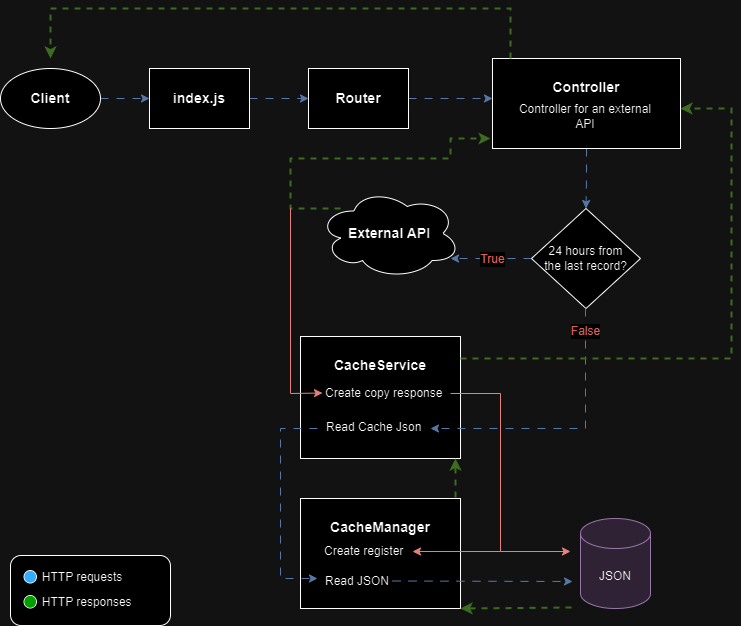
Above: src/public/assets/CACHE.drawio.png in mvazquezmartin/portfolio_vsc (draw.io), before the change. Source tidied: cells renumbered, new cells last; positions are measured from the earlier drawing's top-left corner, leaving out a move shared by most shapes.
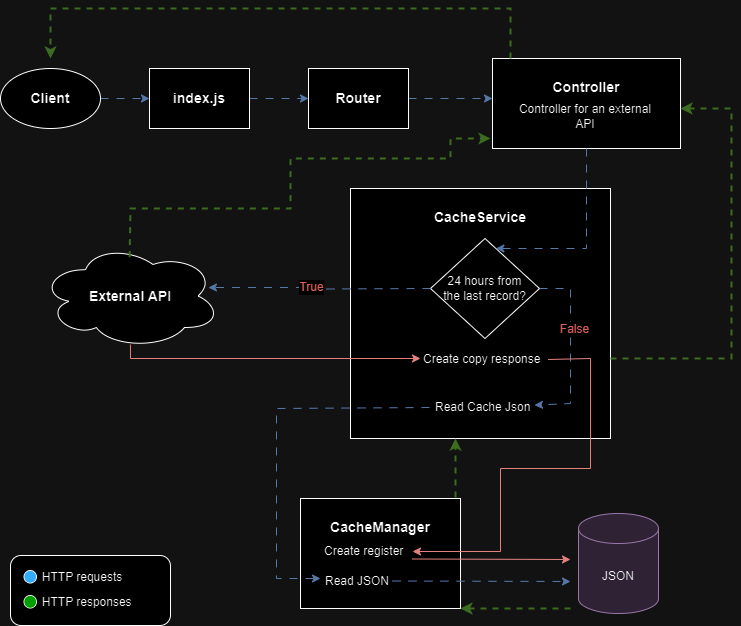
After the commit.

Commit message:
refactor: new img Cache drawio

The edit, as a diff of the source:
```diff
@@ -25,89 +25,76 @@
     <mxCell id="7" value="&lt;h3&gt;Router&lt;/h3&gt;" style="whiteSpace=wrap;html=1;" parent="1" vertex="1">
       <mxGeometry x="308" y="60" width="100" height="60" as="geometry" />
     </mxCell>
-    <mxCell id="8" style="edgeStyle=orthogonalEdgeStyle;rounded=0;jettySize=auto;html=1;fillColor=#dae8fc;strokeColor=#6c8ebf;dashed=1;dashPattern=8 8;" parent="1" edge="1" source="9" target="13">
-      <mxGeometry relative="1" as="geometry" />
-    </mxCell>
     <mxCell id="9" value="&lt;h3&gt;Controller&lt;/h3&gt;" style="whiteSpace=wrap;html=1;verticalAlign=top;" parent="1" vertex="1">
       <mxGeometry x="492" y="50" width="188" height="90" as="geometry" />
     </mxCell>
     <mxCell id="10" value="Controller for an external API" style="text;html=1;strokeColor=none;fillColor=none;align=center;verticalAlign=middle;whiteSpace=wrap;rounded=0;" parent="1" vertex="1">
       <mxGeometry x="510" y="93" width="150" height="30" as="geometry" />
     </mxCell>
-    <mxCell id="11" style="edgeStyle=orthogonalEdgeStyle;rounded=0;jettySize=auto;html=1;fillColor=#dae8fc;strokeColor=#6c8ebf;dashed=1;dashPattern=8 8;entryX=0.93;entryY=0.778;entryDx=0;entryDy=0;entryPerimeter=0;" parent="1" edge="1" source="13" target="14">
-      <mxGeometry relative="1" as="geometry" />
-    </mxCell>
-    <mxCell id="12" value="&lt;font color=&quot;#ea6b66&quot; style=&quot;font-size: 12px;&quot;&gt;True&lt;/font&gt;" style="edgeLabel;html=1;align=center;verticalAlign=middle;fontSize=12;" parent="11" vertex="1">
-      <mxGeometry x="-0.01" y="2" relative="1" as="geometry">
-        <mxPoint y="-2" as="offset" />
-      </mxGeometry>
-    </mxCell>
-    <mxCell id="13" value="24 hours from &lt;br&gt;the last record?" style="rhombus;whiteSpace=wrap;html=1;verticalAlign=middle;" parent="1" vertex="1">
-      <mxGeometry x="531" y="200" width="109" height="100" as="geometry" />
-    </mxCell>
     <mxCell id="14" value="&lt;h3&gt;External API&lt;/h3&gt;" style="ellipse;shape=cloud;whiteSpace=wrap;html=1;" parent="1" vertex="1">
-      <mxGeometry x="318" y="180" width="142" height="90" as="geometry" />
+      <mxGeometry x="40" y="235" width="180" height="105" as="geometry" />
     </mxCell>
+    <mxCell id="16" style="endArrow=classic;html=1;rounded=0;dashed=1;fillColor=#d5e8d4;strokeColor=#82b366;strokeWidth=2;exitX=0.495;exitY=0.13;exitDx=0;exitDy=0;exitPerimeter=0;" parent="1" edge="1" source="14">
+      <mxGeometry relative="1" as="geometry">
+        <mxPoint x="490" y="130" as="targetPoint" />
+        <Array as="points">
+          <mxPoint x="130" y="200" />
+          <mxPoint x="290" y="200" />
+          <mxPoint x="290" y="150" />
+          <mxPoint x="450" y="150" />
+          <mxPoint x="450" y="130" />
+        </Array>
+      </mxGeometry>
+    </mxCell>
     <mxCell id="15" value="&lt;h3&gt;CacheService&lt;/h3&gt;" style="whiteSpace=wrap;html=1;verticalAlign=top;" parent="1" vertex="1">
-      <mxGeometry x="300" y="328" width="160" height="122" as="geometry" />
+      <mxGeometry x="350" y="180" width="260" height="250" as="geometry" />
     </mxCell>
-    <mxCell id="16" style="endArrow=classic;html=1;rounded=0;dashed=1;fillColor=#d5e8d4;strokeColor=#82b366;strokeWidth=2;exitX=0.155;exitY=0.222;exitDx=0;exitDy=0;exitPerimeter=0;" parent="1" edge="1" source="14">
-      <mxGeometry relative="1" as="geometry">
-        <mxPoint x="490" y="130" as="targetPoint" />
-        <Array as="points">
-          <mxPoint x="290" y="200" />
-          <mxPoint x="290" y="150" />
-          <mxPoint x="450" y="150" />
-          <mxPoint x="450" y="130" />
-        </Array>
-      </mxGeometry>
-    </mxCell>
     <mxCell id="17" value="Create copy response" style="text;html=1;strokeColor=none;fillColor=none;align=left;verticalAlign=middle;whiteSpace=wrap;rounded=0;" parent="1" vertex="1">
-      <mxGeometry x="323" y="370" width="127" height="30" as="geometry" />
+      <mxGeometry x="420.5" y="336" width="127" height="30" as="geometry" />
     </mxCell>
     <mxCell id="18" value="&lt;h3&gt;CacheManager&lt;/h3&gt;" style="whiteSpace=wrap;html=1;verticalAlign=top;" parent="1" vertex="1">
       <mxGeometry x="300" y="490" width="160" height="110" as="geometry" />
     </mxCell>
     <mxCell id="19" value="JSON" style="shape=cylinder3;whiteSpace=wrap;html=1;boundedLbl=1;backgroundOutline=1;size=15;fillColor=#e1d5e7;strokeColor=#9673a6;" parent="1" vertex="1">
-      <mxGeometry x="580" y="510" width="70" height="90" as="geometry" />
+      <mxGeometry x="578" y="505" width="80" height="100" as="geometry" />
     </mxCell>
     <mxCell id="20" value="Create register" style="text;html=1;strokeColor=none;fillColor=none;align=left;verticalAlign=middle;whiteSpace=wrap;rounded=0;" parent="1" vertex="1">
       <mxGeometry x="322" y="528" width="90" height="30" as="geometry" />
     </mxCell>
     <mxCell id="21" value="Read Cache Json" style="text;html=1;strokeColor=none;fillColor=none;align=left;verticalAlign=middle;whiteSpace=wrap;rounded=0;" parent="1" vertex="1">
-      <mxGeometry x="324" y="404" width="120" height="30" as="geometry" />
+      <mxGeometry x="433" y="384" width="101" height="30" as="geometry" />
     </mxCell>
     <mxCell id="22" value="Read JSON" style="text;html=1;strokeColor=none;fillColor=none;align=left;verticalAlign=middle;whiteSpace=wrap;rounded=0;" parent="1" vertex="1">
       <mxGeometry x="323" y="558" width="90" height="30" as="geometry" />
     </mxCell>
-    <mxCell id="23" style="endArrow=classic;html=1;rounded=0;fillColor=#dae8fc;strokeColor=#6c8ebf;dashed=1;dashPattern=8 8;" parent="1" edge="1">
+    <mxCell id="23" style="endArrow=classic;html=1;rounded=0;fillColor=#dae8fc;strokeColor=#6c8ebf;dashed=1;dashPattern=8 8;" parent="1" edge="1" source="13" target="21">
       <mxGeometry relative="1" as="geometry">
-        <mxPoint x="585" y="300" as="sourcePoint" />
-        <mxPoint x="430" y="420" as="targetPoint" />
         <Array as="points">
-          <mxPoint x="585" y="420" />
+          <mxPoint x="570" y="280" />
+          <mxPoint x="570" y="395" />
         </Array>
       </mxGeometry>
     </mxCell>
     <mxCell id="24" value="False" style="edgeLabel;html=1;align=center;verticalAlign=middle;fontSize=12;fontColor=#EA6B66;" parent="23" vertex="1">
       <mxGeometry x="-0.69" y="2" relative="1" as="geometry">
-        <mxPoint x="-3" y="-21" as="offset" />
+        <mxPoint x="6" y="42" as="offset" />
       </mxGeometry>
     </mxCell>
-    <mxCell id="25" style="endArrow=classic;html=1;rounded=0;fillColor=#f8cecc;strokeColor=#b85450;" parent="1" edge="1">
+    <mxCell id="25" style="endArrow=classic;html=1;rounded=0;fillColor=#f8cecc;strokeColor=#b85450;exitX=0.494;exitY=0.962;exitDx=0;exitDy=0;exitPerimeter=0;" parent="1" edge="1">
       <mxGeometry relative="1" as="geometry">
-        <mxPoint x="290" y="200" as="sourcePoint" />
-        <mxPoint x="322" y="384.5" as="targetPoint" />
+        <mxPoint x="129.9" y="336" as="sourcePoint" />
+        <mxPoint x="420" y="350" as="targetPoint" />
         <Array as="points">
-          <mxPoint x="290" y="385" />
+          <mxPoint x="130" y="350" />
         </Array>
       </mxGeometry>
     </mxCell>
-    <mxCell id="26" style="endArrow=classic;html=1;rounded=0;entryX=1;entryY=0.5;entryDx=0;entryDy=0;fillColor=#f8cecc;strokeColor=#b85450;" parent="1" edge="1" target="20">
+    <mxCell id="26" style="endArrow=classic;html=1;rounded=0;entryX=1;entryY=0.5;entryDx=0;entryDy=0;fillColor=#f8cecc;strokeColor=#b85450;exitX=1;exitY=0.5;exitDx=0;exitDy=0;" parent="1" edge="1" source="17" target="20">
       <mxGeometry relative="1" as="geometry">
-        <mxPoint x="450" y="385" as="sourcePoint" />
         <Array as="points">
-          <mxPoint x="500" y="385" />
+          <mxPoint x="590" y="350" />
+          <mxPoint x="590" y="460" />
+          <mxPoint x="500" y="460" />
           <mxPoint x="500" y="543" />
         </Array>
       </mxGeometry>
@@ -122,39 +109,39 @@
         </Array>
       </mxGeometry>
     </mxCell>
-    <mxCell id="28" style="endArrow=classic;html=1;rounded=0;fillColor=#f8cecc;strokeColor=#b85450;" parent="1" edge="1">
+    <mxCell id="28" style="endArrow=classic;html=1;rounded=0;fillColor=#f8cecc;strokeColor=#b85450;exitX=1;exitY=0.75;exitDx=0;exitDy=0;" parent="1" edge="1" source="20">
       <mxGeometry relative="1" as="geometry">
-        <mxPoint x="500" y="543" as="sourcePoint" />
-        <mxPoint x="570" y="543" as="targetPoint" />
+        <mxPoint x="570" y="551" as="targetPoint" />
       </mxGeometry>
     </mxCell>
-    <mxCell id="29" style="endArrow=classic;html=1;rounded=0;entryX=-0.067;entryY=0.4;entryDx=0;entryDy=0;entryPerimeter=0;fillColor=#dae8fc;strokeColor=#6c8ebf;dashed=1;dashPattern=8 8;" parent="1" edge="1" target="22">
+    <mxCell id="29" style="endArrow=classic;html=1;rounded=0;fillColor=#dae8fc;strokeColor=#6c8ebf;dashed=1;dashPattern=8 8;exitX=0;exitY=0.5;exitDx=0;exitDy=0;" parent="1" edge="1">
       <mxGeometry relative="1" as="geometry">
-        <mxPoint x="317" y="420" as="sourcePoint" />
+        <mxPoint x="429" y="399" as="sourcePoint" />
+        <mxPoint x="320" y="570" as="targetPoint" />
         <Array as="points">
-          <mxPoint x="280" y="420" />
-          <mxPoint x="280" y="570" />
+          <mxPoint x="276" y="400" />
+          <mxPoint x="276" y="570" />
         </Array>
       </mxGeometry>
     </mxCell>
     <mxCell id="30" style="endArrow=classic;html=1;rounded=0;fillColor=#dae8fc;strokeColor=#6c8ebf;dashed=1;dashPattern=8 8;" parent="1" edge="1">
       <mxGeometry relative="1" as="geometry">
         <mxPoint x="392" y="572.5" as="sourcePoint" />
-        <mxPoint x="572" y="573" as="targetPoint" />
+        <mxPoint x="570" y="573" as="targetPoint" />
       </mxGeometry>
     </mxCell>
     <mxCell id="31" style="endArrow=classic;html=1;rounded=0;entryX=1;entryY=1;entryDx=0;entryDy=0;fillColor=#d5e8d4;strokeColor=#82b366;dashed=1;strokeWidth=2;" parent="1" edge="1" target="18">
       <mxGeometry relative="1" as="geometry">
-        <mxPoint x="571" y="599" as="sourcePoint" />
+        <mxPoint x="570" y="600" as="sourcePoint" />
       </mxGeometry>
     </mxCell>
-    <mxCell id="32" style="endArrow=classic;html=1;rounded=0;entryX=1;entryY=1;entryDx=0;entryDy=0;fillColor=#d5e8d4;strokeColor=#82b366;dashed=1;strokeWidth=2;" parent="1" edge="1">
+    <mxCell id="32" style="endArrow=classic;html=1;rounded=0;fillColor=#d5e8d4;strokeColor=#82b366;dashed=1;strokeWidth=2;" parent="1" edge="1">
       <mxGeometry relative="1" as="geometry">
         <mxPoint x="455" y="489" as="sourcePoint" />
-        <mxPoint x="455" y="450" as="targetPoint" />
+        <mxPoint x="455" y="430" as="targetPoint" />
       </mxGeometry>
     </mxCell>
-    <mxCell id="33" style="endArrow=classic;html=1;rounded=0;entryX=1;entryY=0.556;entryDx=0;entryDy=0;entryPerimeter=0;fillColor=#d5e8d4;strokeColor=#82b366;dashed=1;strokeWidth=2;exitX=1;exitY=0.18;exitDx=0;exitDy=0;exitPerimeter=0;" parent="1" edge="1" source="15" target="9">
+    <mxCell id="33" style="endArrow=classic;html=1;rounded=0;entryX=1;entryY=0.556;entryDx=0;entryDy=0;entryPerimeter=0;fillColor=#d5e8d4;strokeColor=#82b366;dashed=1;strokeWidth=2;exitX=1;exitY=0.68;exitDx=0;exitDy=0;exitPerimeter=0;" parent="1" edge="1" source="15" target="9">
       <mxGeometry relative="1" as="geometry">
         <Array as="points">
           <mxPoint x="731" y="350" />
@@ -171,5 +158,25 @@
     <mxCell id="36" value="🟢 HTTP responses" style="text;html=1;strokeColor=none;fillColor=none;align=left;verticalAlign=middle;whiteSpace=wrap;rounded=0;" parent="1" vertex="1">
       <mxGeometry x="20" y="579" width="140" height="30" as="geometry" />
     </mxCell>
+    <mxCell id="13" value="24 hours from &lt;br&gt;the last record?" style="rhombus;whiteSpace=wrap;html=1;verticalAlign=middle;" parent="1" vertex="1">
+      <mxGeometry x="430" y="230" width="109" height="100" as="geometry" />
+    </mxCell>
+    <mxCell id="8" style="edgeStyle=orthogonalEdgeStyle;rounded=0;jettySize=auto;html=1;fillColor=#dae8fc;strokeColor=#6c8ebf;dashed=1;dashPattern=8 8;" parent="1" edge="1" source="9" target="13">
+      <mxGeometry relative="1" as="geometry">
+        <Array as="points">
+          <mxPoint x="586" y="240" />
+        </Array>
+      </mxGeometry>
+    </mxCell>
+    <mxCell id="11" style="edgeStyle=orthogonalEdgeStyle;rounded=0;jettySize=auto;html=1;fillColor=#dae8fc;strokeColor=#6c8ebf;dashed=1;dashPattern=8 8;entryX=0.933;entryY=0.419;entryDx=0;entryDy=0;entryPerimeter=0;" parent="1" edge="1" target="14">
+      <mxGeometry relative="1" as="geometry">
+        <mxPoint x="430" y="280" as="sourcePoint" />
+      </mxGeometry>
+    </mxCell>
+    <mxCell id="12" value="&lt;font color=&quot;#ea6b66&quot; style=&quot;font-size: 12px;&quot;&gt;True&lt;/font&gt;" style="edgeLabel;html=1;align=center;verticalAlign=middle;fontSize=12;" parent="11" vertex="1">
+      <mxGeometry x="-0.01" y="2" relative="1" as="geometry">
+        <mxPoint x="-11" y="-2" as="offset" />
+      </mxGeometry>
+    </mxCell>
   </root>
 </mxGraphModel>
```
